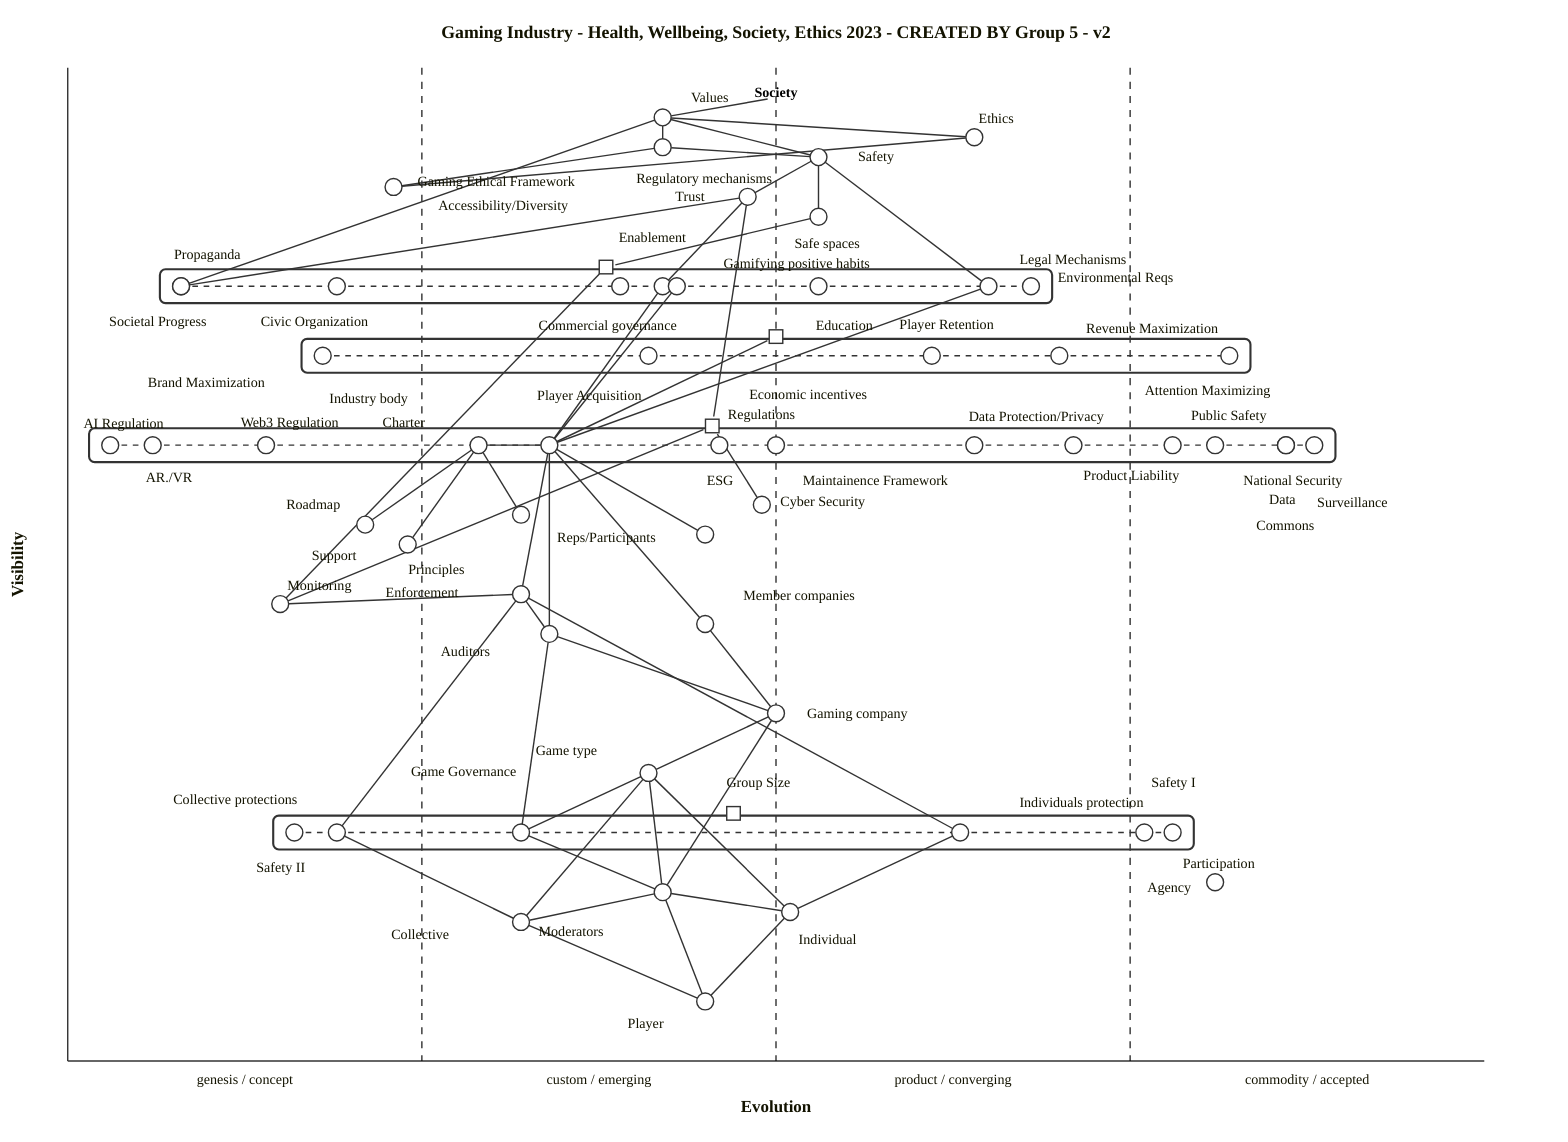
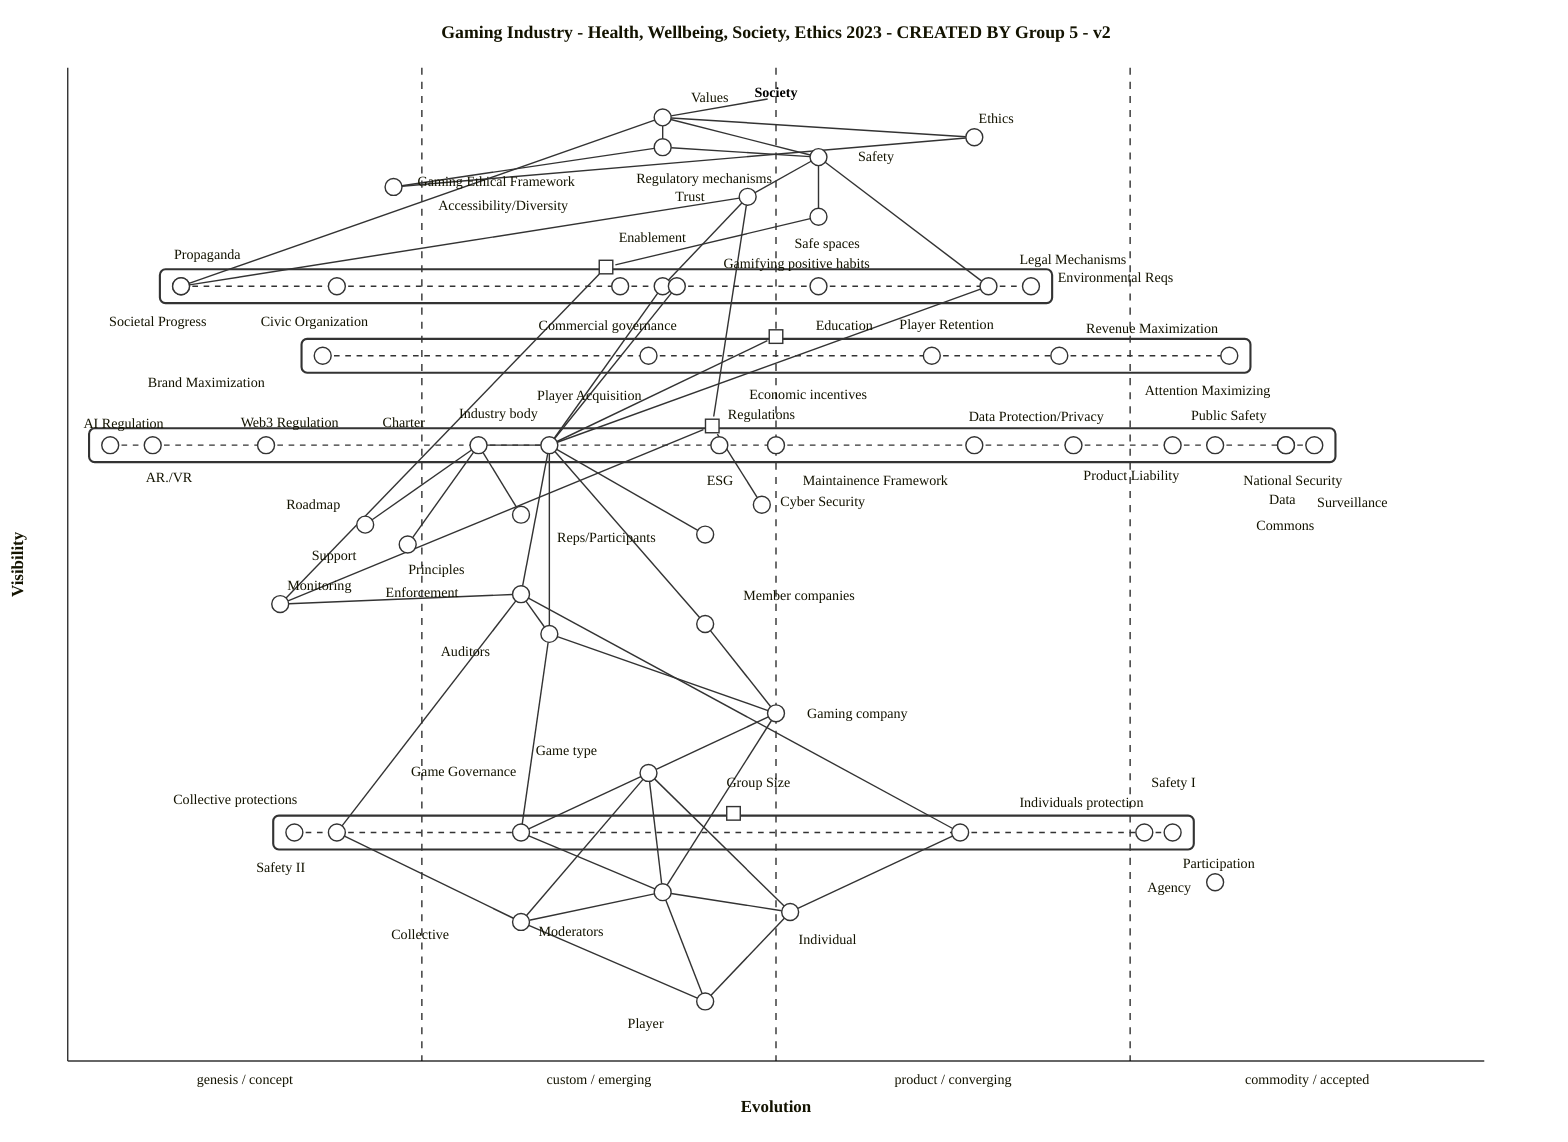
wardley-beta
title Gaming Industry - Health, Wellbeing, Society, Ethics 2023 - CREATED BY Group 5 - v2
size [1100, 800]

evolution genesis / concept -> custom / emerging -> product/ converging -> commodity / accepted

anchor Society [0.97, 0.50]

component Safety [0.91, 0.53] label [28, 3]
component Regulatory mechanisms [0.87, 0.48] label [-79, -10]

component Enforcement [0.47, 0.32] label [-96, 2]
component Regulations [0.62, 0.44] label [11, -5]
pipeline Regulations {
  component AI Regulation [0.03] label [-19, -12]
  component "AR./VR" [0.06] label [-5, 26]
  component Web3 Regulation [0.14] label [-18, -13]
  component Charter [0.29] label [-68, -13]
-   component Industry body [0.34] label [-156, -30]
+   component Industry body [0.34] label [-64, -19]
  component ESG [0.46] label [-9, 28]
  component Cyber Security [0.5] label [3, 43]
  component "Data Protection/Privacy" [0.64] label [-4, -17]
  component Product Liability [0.71] label [7, 25]
  component Public Safety [0.78] label [13, -18]
  component National Security [0.81] label [20, 28]
  component Data [0.86] label [-12, 42]
  component Commons [0.86] label [-21, 60]
  component Surveillance [0.88] label [2, 44]
}
component Member companies [0.44, 0.45] label [27, -17]
component "Reps/Participants" [0.53, 0.45] label [-105, 5]

component Gaming company [0.35, 0.50] label [22, 3]

component Game type [0.29, 0.41] label [-80, -13]

component Individual [0.15, 0.51] label [6, 23]
component Collective [0.14, 0.32] label [-92, 12]
component Player [0.06, 0.45] label [-55, 19]

Society -> Values
Values -> Safety
Values -> Societal Progress

Safety -> Regulatory mechanisms
Regulatory mechanisms -> Commercial governance
Commercial governance -> Industry body

Industry body -> Enforcement
Industry body -> "Reps/Participants"
Industry body -> Member companies
Industry body -> Charter
Industry body -> Regulations

Regulatory mechanisms -> Regulations

component Maintainence Framework [0.56, 0.49] label [29, -14]
Regulations -> Maintainence Framework

component Principles [0.55, 0.32] label [-80, 42]
component Support [0.52, 0.24] label [-68, 11]
component Roadmap [0.54, 0.21] label [-56, -11]

Charter -> Principles
Charter -> Support
Charter -> Roadmap
Member companies -> Gaming company

Individual protection -> Individual
Collective protections -> Collective
Individuals protection -> Individual
Enforcement -> Collective protections
Enforcement -> Individuals protection

Collective -> Player
Individual -> Player
Gaming company -> Game type

component Moderators [0.17, 0.42] label [-88, 31]
component Auditors [0.43, 0.34] label [-77, 16]

Industry body -> Auditors
Auditors -> Gaming company
Gaming company -> Moderators
Moderators -> Player

Game type -> Collective
Game type -> Individual
Moderators -> Individual
Moderators -> Collective
Game type -> Moderators

component Safe spaces [0.85, 0.53] label [-17, 22]

Game Governance -> Moderators
Auditors -> Game Governance
Game type -> Game Governance
component Ethics [0.93, 0.64] label [3, -10]
Enforcement -> Auditors
component Gaming Ethical Framework [0.88, 0.23] label [17, -1]
component Values [0.95, 0.42] label [20, -11]
Values -> Ethics
Ethics -> Ethical Framework
component Participation [0.18, 0.81] label [-23, -10]

component Group Size [0.23, 0.08] label [-5, -19]
pipeline Group Size {
  component Safety II [0.16] label [-27, 28]
  component Collective protections [0.19] label [-116, -20]
  component Game Governance [0.32] label [-78, -40]
  component Individuals protection [0.63] label [42, -18]
  component Safety I [0.76] label [5, -32]
  component Agency [0.78] label [-18, 42]
}

component Enablement [0.78, 0.12] label [9, -18]
pipeline Enablement {
  component Societal Progress [0.08] label [-51, 28]
  component Propaganda [0.08] label [-5, -19]
  component Civic Organization [0.19] label [-54, 28]
  component "Accessibility/Diversity" [0.39] label [-129, -54]
  component Commercial governance [0.42] label [-88, 31]
  component Gamifying positive habits [0.43] label [33, -13]
  component Education [0.53] label [-2, 31]
  component Legal Mechanisms [0.65] label [22, -16]
  component Environmental Reqs [0.68] label [19, -3]
}
Societal Progress -> Regulatory mechanisms
Societal Progress -> Enablement
component Monitoring [0.46, 0.15] label [5, -10]
component Economic incentives [0.71, 0.49] label [-19, 44]
pipeline Economic incentives {
  component Brand Maximization [0.18] label [-124, 22]
  component Player Acquisition [0.41] label [-79, 31]
  component Player Retention [0.61] label [-23, -19]
  component Revenue Maximization [0.7] label [19, -16]
  component Attention Maximizing [0.82] label [-60, 28]
}

Monitoring -> Enforcement
Enablement -> Monitoring
Gamifying positive habits -> Industry body
Economic incentives -> Industry body
Ethical Framework -> Regulatory mechanisms
Ethical Framework -> Societal Progress
Ethical Framework -> Safety
Safety -> Safe spaces
Safe spaces -> Enablement
Safety -> Legal Mechanisms
component Trust [0.92, 0.42] label [9, 38]
Values -> Trust
Monitoring -> What to measure
Regulations -> Monitoring
Legal Mechanisms -> Industry body
Trust -> Safety
Trust -> Gaming Ethical Framework
Ethics -> Gaming Ethical Framework

